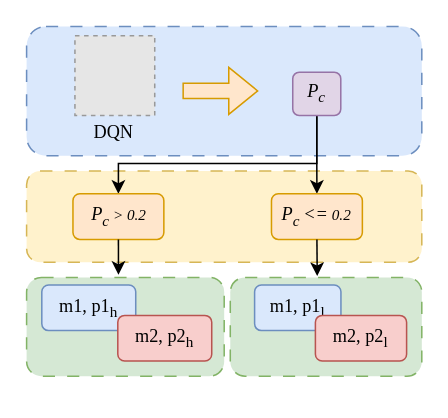
aslongaslihappy/algorithm keeps this draw.io diagram as mutaionTaol.drawio. Above is the earlier version. Source tidied: cells renumbered, new cells numbered last; positions are measured from the earlier drawing's top-left corner, leaving out a move shared by most shapes. Both pictures are drawn from the tidied source at 152%, with x=0, y=0 at pixel (26, 26). Pictures stored in the file or linked from it are replaced by grey dashed boxes.
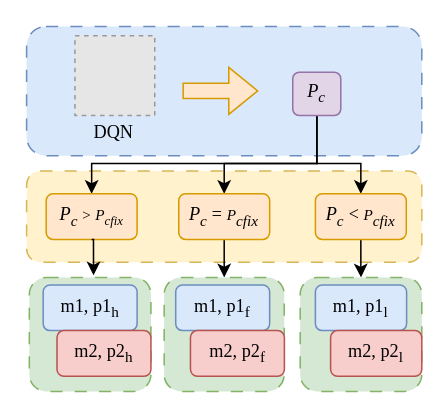
The same diagram, later.

The change refers to these unchanged cells:
```xml
<mxCell id="6" value="P&lt;sub&gt;c&lt;/sub&gt;" style="rounded=1;whiteSpace=wrap;html=1;fontFamily=Times New Roman;fontStyle=2;fillColor=#e1d5e7;strokeColor=#9673a6;" parent="1" vertex="1">
  <mxGeometry x="175.1" y="30" width="31.6" height="28.5" as="geometry" />
</mxCell>
```

What changed in the source:
```diff
@@
+    <mxCell id="5" style="edgeStyle=orthogonalEdgeStyle;rounded=0;jettySize=auto;html=1;exitX=0.5;exitY=1;exitDx=0;exitDy=0;entryX=0.5;entryY=0;entryDx=0;entryDy=0;" parent="1" edge="1" source="6" target="11">
+      <mxGeometry relative="1" as="geometry">
+        <Array as="points">
+          <mxPoint x="191" y="90" />
+          <mxPoint x="220" y="90" />
+        </Array>
+      </mxGeometry>
+    </mxCell>
+    <mxCell id="20" style="edgeStyle=orthogonalEdgeStyle;rounded=0;jettySize=auto;html=1;exitX=0.5;exitY=1;exitDx=0;exitDy=0;entryX=0.5;entryY=0;entryDx=0;entryDy=0;" parent="1" edge="1" source="6" target="22">
+      <mxGeometry relative="1" as="geometry">
+        <Array as="points">
+          <mxPoint x="191" y="90" />
+          <mxPoint x="130" y="90" />
+        </Array>
+      </mxGeometry>
+    </mxCell>
     <mxCell id="4" style="edgeStyle=orthogonalEdgeStyle;rounded=0;jettySize=auto;html=1;exitX=0.5;exitY=1;exitDx=0;exitDy=0;entryX=0.5;entryY=0;entryDx=0;entryDy=0;" parent="1" edge="1" source="6" target="10">
       <mxGeometry relative="1" as="geometry">
         <Array as="points">
           <mxPoint x="191" y="90" />
-          <mxPoint x="60" y="90" />
+          <mxPoint x="43" y="90" />
         </Array>
       </mxGeometry>
     </mxCell>
-    <mxCell id="5" style="edgeStyle=orthogonalEdgeStyle;rounded=0;jettySize=auto;html=1;exitX=0.5;exitY=1;exitDx=0;exitDy=0;entryX=0.5;entryY=0;entryDx=0;entryDy=0;" parent="1" edge="1" source="6" target="11">
-      <mxGeometry relative="1" as="geometry" />
-    </mxCell>
@@
-    <mxCell id="10" value="&lt;span style=&quot;font-family: &amp;quot;Times New Roman&amp;quot;; font-style: italic;&quot;&gt;P&lt;sub&gt;c&amp;nbsp;&lt;/sub&gt;&lt;span style=&quot;font-size: 10px;&quot;&gt;&amp;gt; 0.2&lt;/span&gt;&lt;/span&gt;" style="rounded=1;whiteSpace=wrap;html=1;fillColor=#ffe6cc;strokeColor=#d79b00;" parent="1" vertex="1">
-      <mxGeometry x="30.5" y="110" width="59.8" height="30" as="geometry" />
+    <mxCell id="10" value="&lt;span style=&quot;font-family: &amp;quot;Times New Roman&amp;quot;; font-style: italic;&quot;&gt;P&lt;sub&gt;c&amp;nbsp;&lt;/sub&gt;&lt;span style=&quot;font-size: 10px;&quot;&gt;&amp;gt; P&lt;sub&gt;cfix&lt;/sub&gt;&lt;/span&gt;&lt;/span&gt;" style="rounded=1;whiteSpace=wrap;html=1;fillColor=#ffe6cc;strokeColor=#d79b00;" parent="1" vertex="1">
+      <mxGeometry x="12.9" y="110" width="59.8" height="30" as="geometry" />
     </mxCell>
+    <mxCell id="13" style="edgeStyle=orthogonalEdgeStyle;rounded=0;jettySize=auto;html=1;entryX=0.5;entryY=0;entryDx=0;entryDy=0;" parent="1" edge="1" source="11" target="17">
+      <mxGeometry relative="1" as="geometry" />
+    </mxCell>
-    <mxCell id="11" value="&lt;span style=&quot;font-family: &amp;quot;Times New Roman&amp;quot;; font-style: italic;&quot;&gt;P&lt;sub&gt;c&amp;nbsp;&lt;/sub&gt;&amp;lt;=&lt;span style=&quot;font-size: 10px;&quot;&gt;&amp;nbsp;0.2&lt;/span&gt;&lt;/span&gt;" style="rounded=1;whiteSpace=wrap;html=1;fillColor=#ffe6cc;strokeColor=#d79b00;" parent="1" vertex="1">
-      <mxGeometry x="161.1" y="110" width="59.8" height="30" as="geometry" />
+    <mxCell id="11" value="&lt;span style=&quot;font-family: &amp;quot;Times New Roman&amp;quot;; font-style: italic;&quot;&gt;P&lt;sub&gt;c&amp;nbsp;&lt;/sub&gt;&amp;lt;&lt;span style=&quot;font-size: 10px;&quot;&gt;&amp;nbsp;&lt;/span&gt;&lt;/span&gt;&lt;span style=&quot;font-family: &amp;quot;Times New Roman&amp;quot;; font-size: 10px; font-style: italic;&quot;&gt;P&lt;/span&gt;&lt;sub style=&quot;font-family: &amp;quot;Times New Roman&amp;quot;; font-style: italic;&quot;&gt;cfix&lt;/sub&gt;" style="rounded=1;whiteSpace=wrap;html=1;fillColor=#ffe6cc;strokeColor=#d79b00;" parent="1" vertex="1">
+      <mxGeometry x="190" y="110" width="59.8" height="30" as="geometry" />
     </mxCell>
-    <mxCell id="12" style="edgeStyle=orthogonalEdgeStyle;rounded=0;jettySize=auto;html=1;exitX=0.5;exitY=1;exitDx=0;exitDy=0;entryX=0.465;entryY=-0.026;entryDx=0;entryDy=0;entryPerimeter=0;" parent="1" edge="1" source="10" target="14">
-      <mxGeometry relative="1" as="geometry" />
-    </mxCell>
-    <mxCell id="13" style="edgeStyle=orthogonalEdgeStyle;rounded=0;jettySize=auto;html=1;exitX=0.5;exitY=1;exitDx=0;exitDy=0;entryX=0.454;entryY=-0.013;entryDx=0;entryDy=0;entryPerimeter=0;" parent="1" edge="1" source="11" target="17">
-      <mxGeometry relative="1" as="geometry" />
-    </mxCell>
     <mxCell id="14" style="rounded=1;whiteSpace=wrap;html=1;dashed=1;dashPattern=8 8;fillColor=#d5e8d4;strokeColor=#82b366;" parent="1" vertex="1">
-      <mxGeometry y="165" width="130" height="65" as="geometry" />
+      <mxGeometry x="1.8" y="165" width="80" height="75" as="geometry" />
     </mxCell>
     <mxCell id="15" value="m1, p1&lt;sub&gt;h&lt;/sub&gt;" style="rounded=1;whiteSpace=wrap;html=1;fontSize=12;fontFamily=Times New Roman;fillColor=#dae8fc;strokeColor=#6c8ebf;" parent="1" vertex="1">
-      <mxGeometry x="10" y="170" width="61.8" height="30" as="geometry" />
+      <mxGeometry x="10.9" y="170" width="61.8" height="30" as="geometry" />
     </mxCell>
     <mxCell id="16" value="m2, p2&lt;sub&gt;h&lt;/sub&gt;" style="rounded=1;whiteSpace=wrap;html=1;fontFamily=Times New Roman;fontSize=12;fillColor=#f8cecc;strokeColor=#b85450;" parent="1" vertex="1">
-      <mxGeometry x="60" y="190" width="61.8" height="30" as="geometry" />
+      <mxGeometry x="20" y="200" width="61.8" height="30" as="geometry" />
     </mxCell>
     <mxCell id="17" style="rounded=1;whiteSpace=wrap;html=1;dashed=1;dashPattern=8 8;fillColor=#d5e8d4;strokeColor=#82b366;" parent="1" vertex="1">
-      <mxGeometry x="134" y="165" width="126" height="65" as="geometry" />
+      <mxGeometry x="180" y="165" width="80" height="75" as="geometry" />
     </mxCell>
     <mxCell id="18" value="&lt;span lang=&quot;EN-US&quot; style=&quot;&quot;&gt;m1, p1&lt;sub&gt;l&lt;/sub&gt;&lt;/span&gt;" style="rounded=1;whiteSpace=wrap;html=1;fontSize=12;fontFamily=Times New Roman;fillColor=#dae8fc;strokeColor=#6c8ebf;" parent="1" vertex="1">
-      <mxGeometry x="150" y="170" width="56.8" height="30" as="geometry" />
+      <mxGeometry x="190" y="170" width="60" height="30" as="geometry" />
     </mxCell>
     <mxCell id="19" value="&lt;span lang=&quot;EN-US&quot;&gt;m2, p2&lt;sub&gt;l&lt;/sub&gt;&lt;/span&gt;" style="rounded=1;whiteSpace=wrap;html=1;fontFamily=Times New Roman;fontSize=12;fillColor=#f8cecc;strokeColor=#b85450;" parent="1" vertex="1">
-      <mxGeometry x="190" y="190" width="60" height="30" as="geometry" />
+      <mxGeometry x="200" y="200" width="60" height="30" as="geometry" />
     </mxCell>
+    <mxCell id="21" style="edgeStyle=orthogonalEdgeStyle;rounded=0;jettySize=auto;html=1;exitX=0.5;exitY=1;exitDx=0;exitDy=0;entryX=0.5;entryY=0;entryDx=0;entryDy=0;" parent="1" edge="1" source="22" target="23">
+      <mxGeometry relative="1" as="geometry" />
+    </mxCell>
+    <mxCell id="22" value="&lt;span style=&quot;font-family: &amp;quot;Times New Roman&amp;quot;; font-style: italic;&quot;&gt;P&lt;sub&gt;c&amp;nbsp;&lt;/sub&gt;=&lt;span style=&quot;font-size: 10px;&quot;&gt;&amp;nbsp;&lt;/span&gt;&lt;/span&gt;&lt;span style=&quot;font-family: &amp;quot;Times New Roman&amp;quot;; font-size: 10px; font-style: italic;&quot;&gt;P&lt;/span&gt;&lt;sub style=&quot;font-family: &amp;quot;Times New Roman&amp;quot;; font-style: italic;&quot;&gt;cfix&lt;/sub&gt;" style="rounded=1;whiteSpace=wrap;html=1;fillColor=#ffe6cc;strokeColor=#d79b00;" parent="1" vertex="1">
+      <mxGeometry x="100.1" y="110" width="59.8" height="30" as="geometry" />
+    </mxCell>
+    <mxCell id="23" style="rounded=1;whiteSpace=wrap;html=1;dashed=1;dashPattern=8 8;fillColor=#d5e8d4;strokeColor=#82b366;" parent="1" vertex="1">
+      <mxGeometry x="90.5" y="165" width="79" height="75" as="geometry" />
+    </mxCell>
+    <mxCell id="24" value="m1, p1&lt;sub&gt;f&lt;/sub&gt;" style="rounded=1;whiteSpace=wrap;html=1;fontSize=12;fontFamily=Times New Roman;fillColor=#dae8fc;strokeColor=#6c8ebf;" parent="1" vertex="1">
+      <mxGeometry x="98.1" y="170" width="61.8" height="30" as="geometry" />
+    </mxCell>
+    <mxCell id="25" value="m2, p2&lt;sub&gt;f&lt;/sub&gt;" style="rounded=1;whiteSpace=wrap;html=1;fontFamily=Times New Roman;fontSize=12;fillColor=#f8cecc;strokeColor=#b85450;" parent="1" vertex="1">
+      <mxGeometry x="107.8" y="200" width="61.8" height="30" as="geometry" />
+    </mxCell>
+    <mxCell id="12" style="edgeStyle=orthogonalEdgeStyle;rounded=0;jettySize=auto;html=1;exitX=0.5;exitY=1;exitDx=0;exitDy=0;entryX=0.528;entryY=-0.018;entryDx=0;entryDy=0;entryPerimeter=0;" parent="1" edge="1" source="10" target="14">
+      <mxGeometry relative="1" as="geometry" />
+    </mxCell>
```
